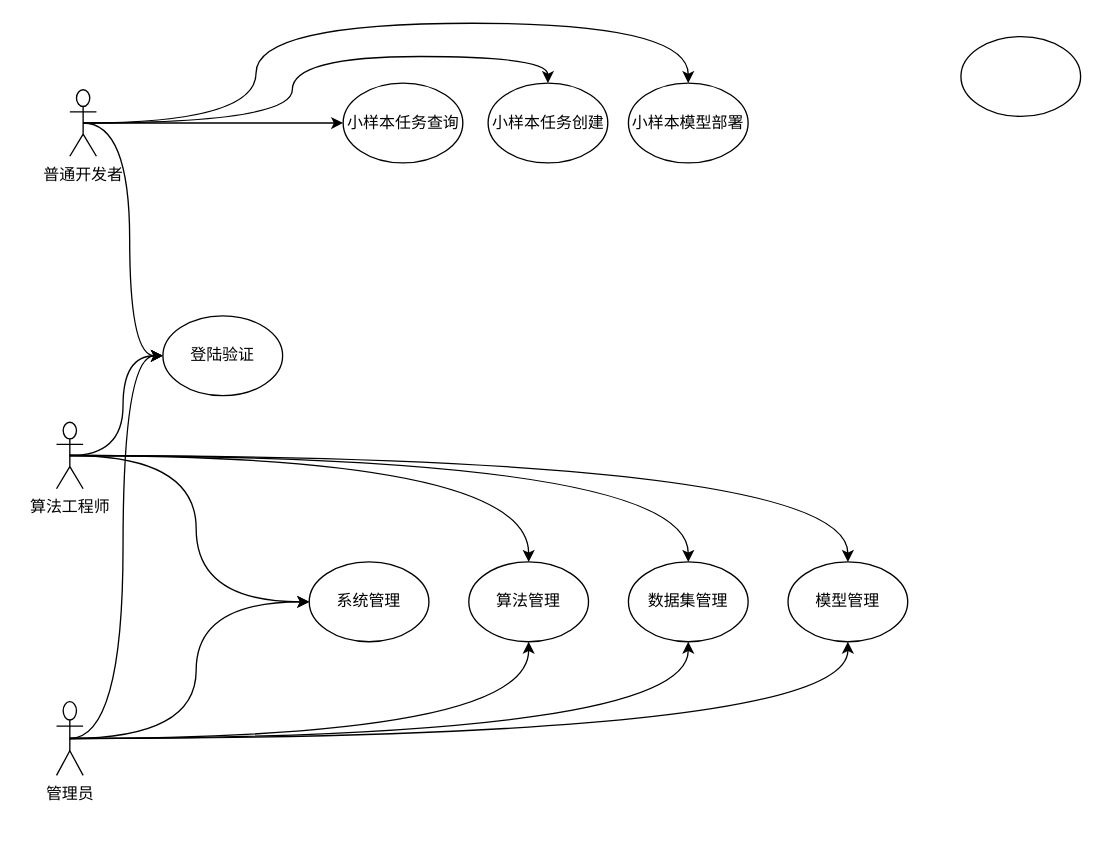
This is page "用例图" (1 of 2) of 开发过程图.drawio from foreignbill/drawio, a draw.io file, before an edit. Source tidied: cells renumbered, new cells numbered last; positions are measured from the earlier drawing's top-left corner, leaving out a move shared by most shapes. Both pictures are drawn from the tidied source at 133%, with x=0, y=0 at pixel (56, 23).
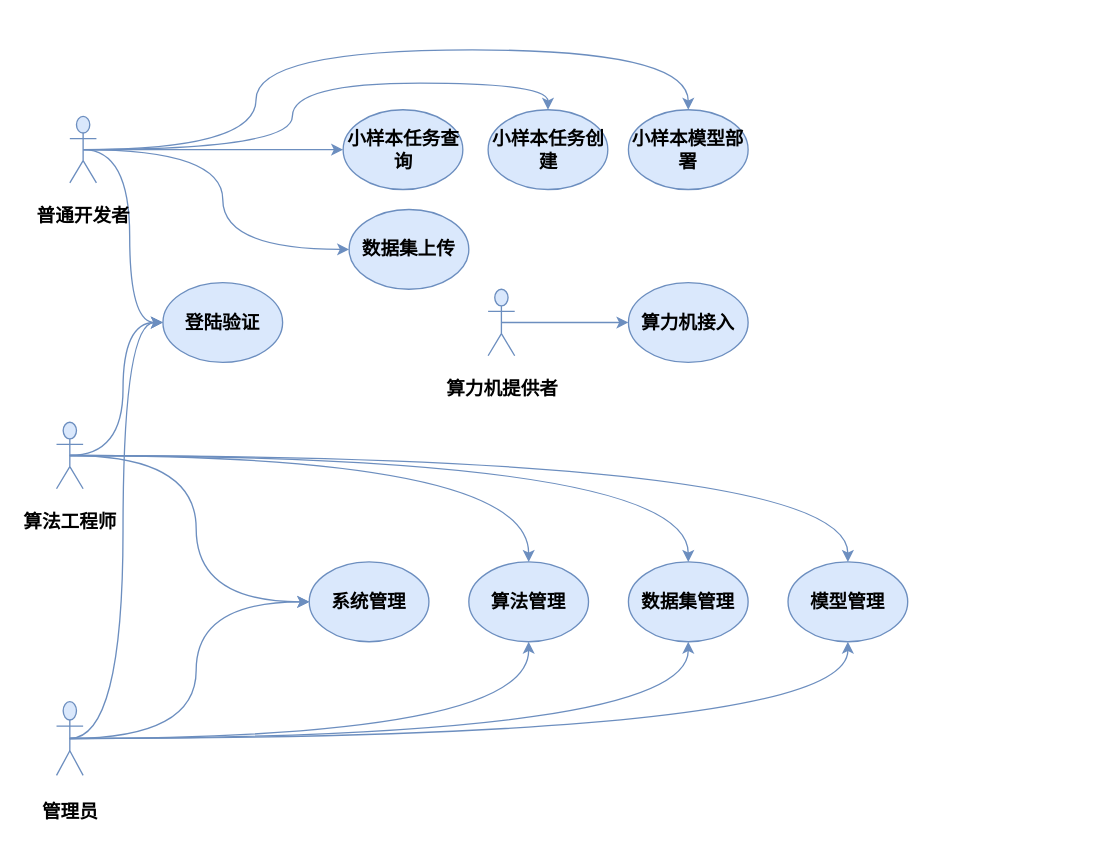
The same page after the edit.

Commit message:
更新开发过程图.drawio

Diff of the diagram source:
```diff
@@
-    <mxCell id="2" style="edgeStyle=orthogonalEdgeStyle;rounded=0;jettySize=auto;html=1;exitX=0.5;exitY=0.5;exitDx=0;exitDy=0;exitPerimeter=0;entryX=0.5;entryY=0;entryDx=0;entryDy=0;curved=1;" parent="1" edge="1" source="6" target="20">
+    <mxCell id="2" style="edgeStyle=orthogonalEdgeStyle;rounded=0;jettySize=auto;html=1;exitX=0.5;exitY=0.5;exitDx=0;exitDy=0;exitPerimeter=0;entryX=0.5;entryY=0;entryDx=0;entryDy=0;curved=1;fontFamily=Fangsong;fontStyle=1;verticalAlign=middle;fillColor=#dae8fc;strokeColor=#6c8ebf;fontSize=14;" parent="1" edge="1" source="6" target="20">
       <mxGeometry relative="1" as="geometry" />
     </mxCell>
-    <mxCell id="3" style="edgeStyle=orthogonalEdgeStyle;rounded=0;jettySize=auto;html=1;exitX=0.5;exitY=0.5;exitDx=0;exitDy=0;exitPerimeter=0;entryX=0;entryY=0.5;entryDx=0;entryDy=0;curved=1;" parent="1" edge="1" source="6" target="22">
+    <mxCell id="3" style="edgeStyle=orthogonalEdgeStyle;rounded=0;jettySize=auto;html=1;exitX=0.5;exitY=0.5;exitDx=0;exitDy=0;exitPerimeter=0;entryX=0;entryY=0.5;entryDx=0;entryDy=0;curved=1;fontFamily=Fangsong;fontStyle=1;verticalAlign=middle;fillColor=#dae8fc;strokeColor=#6c8ebf;fontSize=14;" parent="1" edge="1" source="6" target="22">
       <mxGeometry relative="1" as="geometry" />
     </mxCell>
-    <mxCell id="4" style="edgeStyle=orthogonalEdgeStyle;rounded=0;jettySize=auto;html=1;exitX=0.5;exitY=0.5;exitDx=0;exitDy=0;exitPerimeter=0;entryX=0;entryY=0.5;entryDx=0;entryDy=0;curved=1;" parent="1" edge="1" source="6" target="24">
+    <mxCell id="4" style="edgeStyle=orthogonalEdgeStyle;rounded=0;jettySize=auto;html=1;exitX=0.5;exitY=0.5;exitDx=0;exitDy=0;exitPerimeter=0;entryX=0;entryY=0.5;entryDx=0;entryDy=0;curved=1;fontFamily=Fangsong;fontStyle=1;verticalAlign=middle;fillColor=#dae8fc;strokeColor=#6c8ebf;fontSize=14;" parent="1" edge="1" source="6" target="24">
       <mxGeometry relative="1" as="geometry" />
     </mxCell>
-    <mxCell id="5" style="edgeStyle=orthogonalEdgeStyle;rounded=0;jettySize=auto;html=1;exitX=0.5;exitY=0.5;exitDx=0;exitDy=0;exitPerimeter=0;entryX=0.5;entryY=0;entryDx=0;entryDy=0;curved=1;" parent="1" edge="1" source="6" target="27">
+    <mxCell id="5" style="edgeStyle=orthogonalEdgeStyle;rounded=0;jettySize=auto;html=1;exitX=0.5;exitY=0.5;exitDx=0;exitDy=0;exitPerimeter=0;entryX=0.5;entryY=0;entryDx=0;entryDy=0;curved=1;fontFamily=Fangsong;fontStyle=1;verticalAlign=middle;fillColor=#dae8fc;strokeColor=#6c8ebf;fontSize=14;" parent="1" edge="1" source="6" target="27">
       <mxGeometry relative="1" as="geometry">
         <Array as="points">
-          <mxPoint x="150" y="75" />
-          <mxPoint x="150" />
-          <mxPoint x="475" />
+          <mxPoint x="150" y="95" />
+          <mxPoint x="150" y="20" />
+          <mxPoint x="475" y="20" />
         </Array>
       </mxGeometry>
     </mxCell>
+    <mxCell id="28" style="edgeStyle=orthogonalEdgeStyle;rounded=0;jettySize=auto;html=1;exitX=0.5;exitY=0.5;exitDx=0;exitDy=0;exitPerimeter=0;entryX=0;entryY=0.5;entryDx=0;entryDy=0;curved=1;fontFamily=Fangsong;fontStyle=1;verticalAlign=middle;fillColor=#dae8fc;strokeColor=#6c8ebf;fontSize=14;" parent="1" edge="1" source="6" target="32">
+      <mxGeometry relative="1" as="geometry" />
+    </mxCell>
-    <mxCell id="6" value="普通开发者" style="shape=umlActor;verticalLabelPosition=bottom;verticalAlign=top;html=1;outlineConnect=0;" parent="1" vertex="1">
-      <mxGeometry x="10" y="50" width="20" height="50" as="geometry" />
+    <mxCell id="6" value="普通开发者" style="shape=umlActor;verticalLabelPosition=bottom;verticalAlign=middle;html=1;outlineConnect=0;fontFamily=Fangsong;fontStyle=1;fillColor=#dae8fc;strokeColor=#6c8ebf;fontSize=14;" parent="1" vertex="1">
+      <mxGeometry x="10" y="70" width="20" height="50" as="geometry" />
     </mxCell>
-    <mxCell id="7" style="edgeStyle=orthogonalEdgeStyle;rounded=0;jettySize=auto;html=1;exitX=0.5;exitY=0.5;exitDx=0;exitDy=0;exitPerimeter=0;curved=1;" parent="1" edge="1" source="12" target="23">
+    <mxCell id="7" style="edgeStyle=orthogonalEdgeStyle;rounded=0;jettySize=auto;html=1;exitX=0.5;exitY=0.5;exitDx=0;exitDy=0;exitPerimeter=0;curved=1;fontFamily=Fangsong;fontStyle=1;verticalAlign=middle;fillColor=#dae8fc;strokeColor=#6c8ebf;fontSize=14;" parent="1" edge="1" source="12" target="23">
       <mxGeometry relative="1" as="geometry" />
     </mxCell>
-    <mxCell id="8" style="edgeStyle=orthogonalEdgeStyle;rounded=0;jettySize=auto;html=1;exitX=0.5;exitY=0.5;exitDx=0;exitDy=0;exitPerimeter=0;entryX=0;entryY=0.5;entryDx=0;entryDy=0;curved=1;" parent="1" edge="1" source="12" target="22">
+    <mxCell id="8" style="edgeStyle=orthogonalEdgeStyle;rounded=0;jettySize=auto;html=1;exitX=0.5;exitY=0.5;exitDx=0;exitDy=0;exitPerimeter=0;entryX=0;entryY=0.5;entryDx=0;entryDy=0;curved=1;fontFamily=Fangsong;fontStyle=1;verticalAlign=middle;fillColor=#dae8fc;strokeColor=#6c8ebf;fontSize=14;" parent="1" edge="1" source="12" target="22">
       <mxGeometry relative="1" as="geometry" />
     </mxCell>
-    <mxCell id="9" style="edgeStyle=orthogonalEdgeStyle;rounded=0;jettySize=auto;html=1;exitX=0.5;exitY=0.5;exitDx=0;exitDy=0;exitPerimeter=0;entryX=0;entryY=0.5;entryDx=0;entryDy=0;curved=1;" parent="1" edge="1" source="12" target="19">
+    <mxCell id="9" style="edgeStyle=orthogonalEdgeStyle;rounded=0;jettySize=auto;html=1;exitX=0.5;exitY=0.5;exitDx=0;exitDy=0;exitPerimeter=0;entryX=0;entryY=0.5;entryDx=0;entryDy=0;curved=1;fontFamily=Fangsong;fontStyle=1;verticalAlign=middle;fillColor=#dae8fc;strokeColor=#6c8ebf;fontSize=14;" parent="1" edge="1" source="12" target="19">
       <mxGeometry relative="1" as="geometry" />
     </mxCell>
-    <mxCell id="10" style="edgeStyle=orthogonalEdgeStyle;rounded=0;jettySize=auto;html=1;exitX=0.5;exitY=0.5;exitDx=0;exitDy=0;exitPerimeter=0;entryX=0.5;entryY=0;entryDx=0;entryDy=0;curved=1;" parent="1" edge="1" source="12" target="25">
+    <mxCell id="10" style="edgeStyle=orthogonalEdgeStyle;rounded=0;jettySize=auto;html=1;exitX=0.5;exitY=0.5;exitDx=0;exitDy=0;exitPerimeter=0;entryX=0.5;entryY=0;entryDx=0;entryDy=0;curved=1;fontFamily=Fangsong;fontStyle=1;verticalAlign=middle;fillColor=#dae8fc;strokeColor=#6c8ebf;fontSize=14;" parent="1" edge="1" source="12" target="25">
       <mxGeometry relative="1" as="geometry" />
     </mxCell>
-    <mxCell id="11" style="edgeStyle=orthogonalEdgeStyle;rounded=0;jettySize=auto;html=1;exitX=0.5;exitY=0.5;exitDx=0;exitDy=0;exitPerimeter=0;entryX=0.5;entryY=0;entryDx=0;entryDy=0;curved=1;" parent="1" edge="1" source="12" target="26">
+    <mxCell id="11" style="edgeStyle=orthogonalEdgeStyle;rounded=0;jettySize=auto;html=1;exitX=0.5;exitY=0.5;exitDx=0;exitDy=0;exitPerimeter=0;entryX=0.5;entryY=0;entryDx=0;entryDy=0;curved=1;fontFamily=Fangsong;fontStyle=1;verticalAlign=middle;fillColor=#dae8fc;strokeColor=#6c8ebf;fontSize=14;" parent="1" edge="1" source="12" target="26">
       <mxGeometry relative="1" as="geometry" />
     </mxCell>
-    <mxCell id="12" value="算法工程师" style="shape=umlActor;verticalLabelPosition=bottom;verticalAlign=top;html=1;outlineConnect=0;" parent="1" vertex="1">
+    <mxCell id="12" value="算法工程师" style="shape=umlActor;verticalLabelPosition=bottom;verticalAlign=middle;html=1;outlineConnect=0;fontFamily=Fangsong;fontStyle=1;fillColor=#dae8fc;strokeColor=#6c8ebf;fontSize=14;" parent="1" vertex="1">
       <mxGeometry y="300" width="20" height="50" as="geometry" />
     </mxCell>
-    <mxCell id="13" style="edgeStyle=orthogonalEdgeStyle;rounded=0;jettySize=auto;html=1;exitX=0.5;exitY=0.5;exitDx=0;exitDy=0;exitPerimeter=0;entryX=0.5;entryY=1;entryDx=0;entryDy=0;curved=1;" parent="1" edge="1" source="18" target="23">
+    <mxCell id="13" style="edgeStyle=orthogonalEdgeStyle;rounded=0;jettySize=auto;html=1;exitX=0.5;exitY=0.5;exitDx=0;exitDy=0;exitPerimeter=0;entryX=0.5;entryY=1;entryDx=0;entryDy=0;curved=1;fontFamily=Fangsong;fontStyle=1;verticalAlign=middle;fillColor=#dae8fc;strokeColor=#6c8ebf;fontSize=14;" parent="1" edge="1" source="18" target="23">
       <mxGeometry relative="1" as="geometry" />
     </mxCell>
-    <mxCell id="14" style="edgeStyle=orthogonalEdgeStyle;rounded=0;jettySize=auto;html=1;exitX=0.5;exitY=0.5;exitDx=0;exitDy=0;exitPerimeter=0;entryX=0;entryY=0.5;entryDx=0;entryDy=0;curved=1;" parent="1" edge="1" source="18" target="19">
+    <mxCell id="14" style="edgeStyle=orthogonalEdgeStyle;rounded=0;jettySize=auto;html=1;exitX=0.5;exitY=0.5;exitDx=0;exitDy=0;exitPerimeter=0;entryX=0;entryY=0.5;entryDx=0;entryDy=0;curved=1;fontFamily=Fangsong;fontStyle=1;verticalAlign=middle;fillColor=#dae8fc;strokeColor=#6c8ebf;fontSize=14;" parent="1" edge="1" source="18" target="19">
       <mxGeometry relative="1" as="geometry" />
     </mxCell>
-    <mxCell id="15" style="edgeStyle=orthogonalEdgeStyle;rounded=0;jettySize=auto;html=1;exitX=0.5;exitY=0.5;exitDx=0;exitDy=0;exitPerimeter=0;entryX=0;entryY=0.5;entryDx=0;entryDy=0;curved=1;" parent="1" edge="1" source="18" target="22">
+    <mxCell id="15" style="edgeStyle=orthogonalEdgeStyle;rounded=0;jettySize=auto;html=1;exitX=0.5;exitY=0.5;exitDx=0;exitDy=0;exitPerimeter=0;entryX=0;entryY=0.5;entryDx=0;entryDy=0;curved=1;fontFamily=Fangsong;fontStyle=1;verticalAlign=middle;fillColor=#dae8fc;strokeColor=#6c8ebf;fontSize=14;" parent="1" edge="1" source="18" target="22">
       <mxGeometry relative="1" as="geometry" />
     </mxCell>
-    <mxCell id="16" style="edgeStyle=orthogonalEdgeStyle;rounded=0;jettySize=auto;html=1;exitX=0.5;exitY=0.5;exitDx=0;exitDy=0;exitPerimeter=0;entryX=0.5;entryY=1;entryDx=0;entryDy=0;curved=1;" parent="1" edge="1" source="18" target="25">
+    <mxCell id="16" style="edgeStyle=orthogonalEdgeStyle;rounded=0;jettySize=auto;html=1;exitX=0.5;exitY=0.5;exitDx=0;exitDy=0;exitPerimeter=0;entryX=0.5;entryY=1;entryDx=0;entryDy=0;curved=1;fontFamily=Fangsong;fontStyle=1;verticalAlign=middle;fillColor=#dae8fc;strokeColor=#6c8ebf;fontSize=14;" parent="1" edge="1" source="18" target="25">
       <mxGeometry relative="1" as="geometry" />
     </mxCell>
-    <mxCell id="17" style="edgeStyle=orthogonalEdgeStyle;rounded=0;jettySize=auto;html=1;exitX=0.5;exitY=0.5;exitDx=0;exitDy=0;exitPerimeter=0;entryX=0.5;entryY=1;entryDx=0;entryDy=0;curved=1;" parent="1" edge="1" source="18" target="26">
+    <mxCell id="17" style="edgeStyle=orthogonalEdgeStyle;rounded=0;jettySize=auto;html=1;exitX=0.5;exitY=0.5;exitDx=0;exitDy=0;exitPerimeter=0;entryX=0.5;entryY=1;entryDx=0;entryDy=0;curved=1;fontFamily=Fangsong;fontStyle=1;verticalAlign=middle;fillColor=#dae8fc;strokeColor=#6c8ebf;fontSize=14;" parent="1" edge="1" source="18" target="26">
       <mxGeometry relative="1" as="geometry" />
     </mxCell>
-    <mxCell id="18" value="管理员" style="shape=umlActor;verticalLabelPosition=bottom;verticalAlign=top;html=1;outlineConnect=0;" parent="1" vertex="1">
+    <mxCell id="18" value="管理员" style="shape=umlActor;verticalLabelPosition=bottom;verticalAlign=middle;html=1;outlineConnect=0;fontFamily=Fangsong;fontStyle=1;fillColor=#dae8fc;strokeColor=#6c8ebf;fontSize=14;" parent="1" vertex="1">
       <mxGeometry y="510" width="20" height="55.5" as="geometry" />
     </mxCell>
-    <mxCell id="19" value="系统管理" style="ellipse;whiteSpace=wrap;html=1;" parent="1" vertex="1">
+    <mxCell id="19" value="系统管理" style="ellipse;whiteSpace=wrap;html=1;fontFamily=Fangsong;fontStyle=1;verticalAlign=middle;fillColor=#dae8fc;strokeColor=#6c8ebf;fontSize=14;" parent="1" vertex="1">
       <mxGeometry x="190" y="405" width="90" height="60" as="geometry" />
     </mxCell>
-    <mxCell id="20" value="小样本任务创建" style="ellipse;whiteSpace=wrap;html=1;" parent="1" vertex="1">
-      <mxGeometry x="324.5" y="45" width="90" height="60" as="geometry" />
+    <mxCell id="20" value="小样本任务创建" style="ellipse;whiteSpace=wrap;html=1;fontFamily=Fangsong;fontStyle=1;verticalAlign=middle;fillColor=#dae8fc;strokeColor=#6c8ebf;fontSize=14;" parent="1" vertex="1">
+      <mxGeometry x="324.5" y="65" width="90" height="60" as="geometry" />
     </mxCell>
-    <mxCell id="21" style="ellipse;whiteSpace=wrap;html=1;" parent="1" vertex="1">
-      <mxGeometry x="680" y="10" width="90" height="60" as="geometry" />
-    </mxCell>
-    <mxCell id="22" value="登陆验证" style="ellipse;whiteSpace=wrap;html=1;" parent="1" vertex="1">
-      <mxGeometry x="80" y="220" width="90" height="60" as="geometry" />
+    <mxCell id="22" value="登陆验证" style="ellipse;whiteSpace=wrap;html=1;fontFamily=Fangsong;fontStyle=1;verticalAlign=middle;fillColor=#dae8fc;strokeColor=#6c8ebf;fontSize=14;" parent="1" vertex="1">
+      <mxGeometry x="80" y="195" width="90" height="60" as="geometry" />
     </mxCell>
-    <mxCell id="23" value="算法管理" style="ellipse;whiteSpace=wrap;html=1;" parent="1" vertex="1">
+    <mxCell id="23" value="算法管理" style="ellipse;whiteSpace=wrap;html=1;fontFamily=Fangsong;fontStyle=1;verticalAlign=middle;fillColor=#dae8fc;strokeColor=#6c8ebf;fontSize=14;" parent="1" vertex="1">
       <mxGeometry x="310" y="405" width="90" height="60" as="geometry" />
     </mxCell>
-    <mxCell id="24" value="小样本任务查询" style="ellipse;whiteSpace=wrap;html=1;" parent="1" vertex="1">
-      <mxGeometry x="215.5" y="45" width="90" height="60" as="geometry" />
+    <mxCell id="24" value="小样本任务查询" style="ellipse;whiteSpace=wrap;html=1;fontFamily=Fangsong;fontStyle=1;verticalAlign=middle;fillColor=#dae8fc;strokeColor=#6c8ebf;fontSize=14;" parent="1" vertex="1">
+      <mxGeometry x="215.5" y="65" width="90" height="60" as="geometry" />
     </mxCell>
-    <mxCell id="25" value="数据集管理" style="ellipse;whiteSpace=wrap;html=1;" parent="1" vertex="1">
+    <mxCell id="25" value="数据集管理" style="ellipse;whiteSpace=wrap;html=1;fontFamily=Fangsong;fontStyle=1;verticalAlign=middle;fillColor=#dae8fc;strokeColor=#6c8ebf;fontSize=14;" parent="1" vertex="1">
       <mxGeometry x="430" y="405" width="90" height="60" as="geometry" />
     </mxCell>
-    <mxCell id="26" value="模型管理" style="ellipse;whiteSpace=wrap;html=1;" parent="1" vertex="1">
+    <mxCell id="26" value="模型管理" style="ellipse;whiteSpace=wrap;html=1;fontFamily=Fangsong;fontStyle=1;verticalAlign=middle;fillColor=#dae8fc;strokeColor=#6c8ebf;fontSize=14;" parent="1" vertex="1">
       <mxGeometry x="550" y="405" width="90" height="60" as="geometry" />
     </mxCell>
-    <mxCell id="27" value="小样本模型部署" style="ellipse;whiteSpace=wrap;html=1;" parent="1" vertex="1">
-      <mxGeometry x="430" y="45" width="90" height="60" as="geometry" />
+    <mxCell id="27" value="小样本模型部署" style="ellipse;whiteSpace=wrap;html=1;fontFamily=Fangsong;fontStyle=1;verticalAlign=middle;fillColor=#dae8fc;strokeColor=#6c8ebf;fontSize=14;" parent="1" vertex="1">
+      <mxGeometry x="430" y="65" width="90" height="60" as="geometry" />
     </mxCell>
+    <mxCell id="29" style="edgeStyle=orthogonalEdgeStyle;rounded=0;jettySize=auto;html=1;exitX=0.5;exitY=0.5;exitDx=0;exitDy=0;exitPerimeter=0;entryX=0;entryY=0.5;entryDx=0;entryDy=0;fontFamily=Fangsong;fontStyle=1;verticalAlign=middle;fillColor=#dae8fc;strokeColor=#6c8ebf;fontSize=14;" parent="1" edge="1" source="30" target="31">
+      <mxGeometry relative="1" as="geometry" />
+    </mxCell>
+    <mxCell id="30" value="算力机提供者" style="shape=umlActor;verticalLabelPosition=bottom;verticalAlign=middle;html=1;outlineConnect=0;fontFamily=Fangsong;fontStyle=1;fillColor=#dae8fc;strokeColor=#6c8ebf;fontSize=14;" parent="1" vertex="1">
+      <mxGeometry x="324.5" y="200" width="20" height="50" as="geometry" />
+    </mxCell>
+    <mxCell id="31" value="算力机接入" style="ellipse;whiteSpace=wrap;html=1;fontFamily=Fangsong;fontStyle=1;verticalAlign=middle;fillColor=#dae8fc;strokeColor=#6c8ebf;fontSize=14;" parent="1" vertex="1">
+      <mxGeometry x="430" y="195" width="90" height="60" as="geometry" />
+    </mxCell>
+    <mxCell id="32" value="数据集上传" style="ellipse;whiteSpace=wrap;html=1;fontFamily=Fangsong;fontStyle=1;verticalAlign=middle;fillColor=#dae8fc;strokeColor=#6c8ebf;fontSize=14;" parent="1" vertex="1">
+      <mxGeometry x="220" y="140" width="90" height="60" as="geometry" />
+    </mxCell>
```
